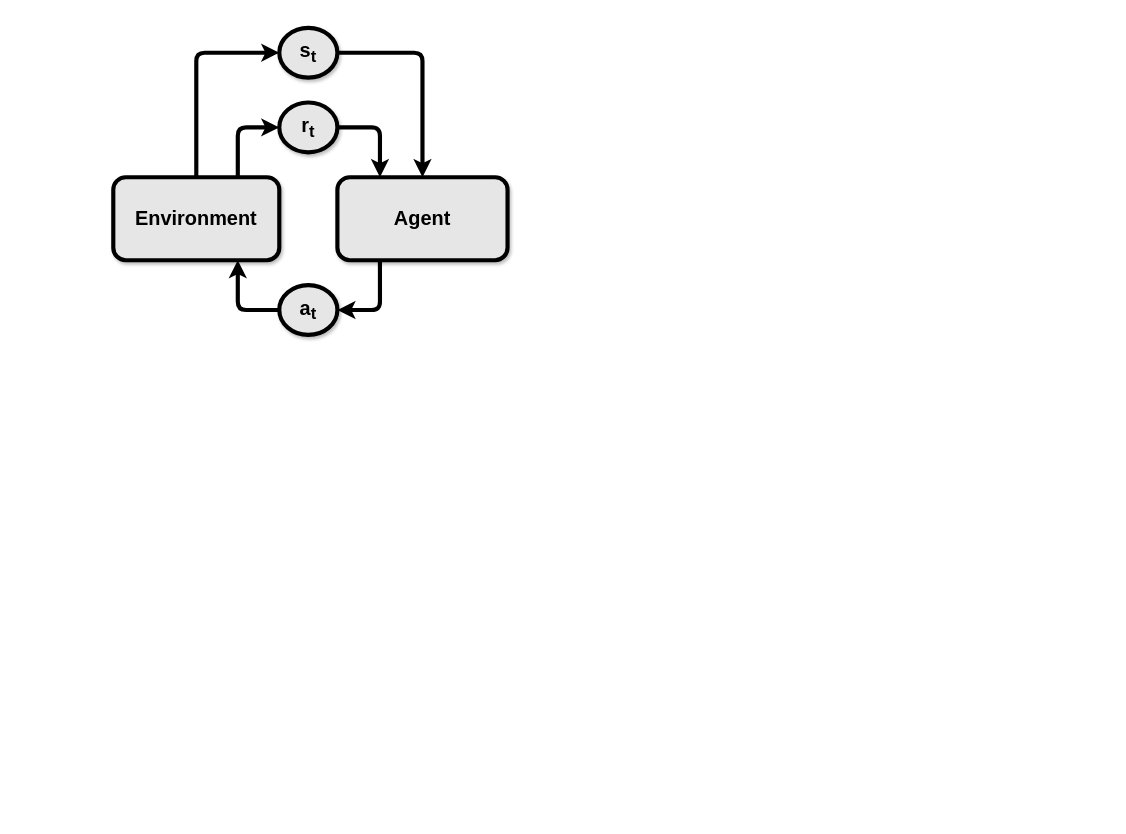
This is Allocation.dio from nathanmargaglio/Allocation-Environment, a draw.io file, before an edit. Source tidied: cells renumbered, new cells numbered last; positions are measured from the earlier drawing's top-left corner, leaving out a move shared by most shapes. Both pictures are drawn from the tidied source at 83%, with x=0, y=0 at pixel (113, 27).
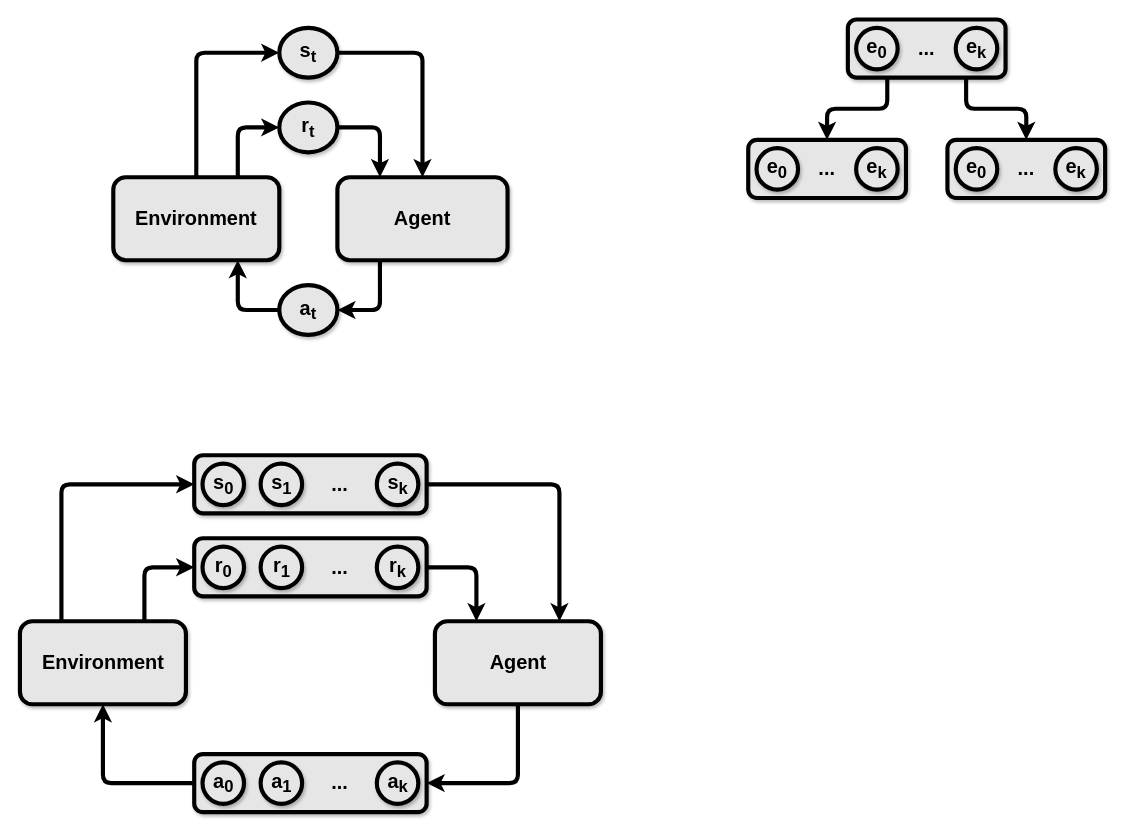
The same page after the edit.

Diff of the diagram source:
```diff
@@
+    <mxCell id="13" style="edgeStyle=orthogonalEdgeStyle;html=1;exitX=0.75;exitY=0;exitDx=0;exitDy=0;entryX=0;entryY=0.5;entryDx=0;entryDy=0;jettySize=auto;strokeWidth=5;rounded=1;" parent="1" edge="1" source="15" target="19">
+      <mxGeometry relative="1" as="geometry" />
+    </mxCell>
+    <mxCell id="14" style="edgeStyle=orthogonalEdgeStyle;rounded=1;html=1;exitX=0.25;exitY=0;exitDx=0;exitDy=0;entryX=0;entryY=0.5;entryDx=0;entryDy=0;jettySize=auto;strokeWidth=5;" parent="1" edge="1" source="15" target="26">
+      <mxGeometry relative="1" as="geometry" />
+    </mxCell>
+    <mxCell id="15" value="&lt;h1&gt;Environment&lt;/h1&gt;" style="rounded=1;whiteSpace=wrap;html=1;shadow=1;strokeWidth=5;fillColor=#E6E6E6;" parent="1" vertex="1">
+      <mxGeometry x="-112.5" y="715" width="200" height="100" as="geometry" />
+    </mxCell>
+    <mxCell id="16" style="edgeStyle=orthogonalEdgeStyle;rounded=1;html=1;exitX=0.5;exitY=1;exitDx=0;exitDy=0;entryX=1;entryY=0.5;entryDx=0;entryDy=0;jettySize=auto;strokeWidth=5;" parent="1" edge="1" source="17" target="33">
+      <mxGeometry relative="1" as="geometry" />
+    </mxCell>
+    <mxCell id="17" value="&lt;h1&gt;Agent&lt;/h1&gt;" style="rounded=1;whiteSpace=wrap;html=1;shadow=1;strokeWidth=5;fillColor=#E6E6E6;" parent="1" vertex="1">
+      <mxGeometry x="387.5" y="715" width="200" height="100" as="geometry" />
+    </mxCell>
+    <mxCell id="18" style="group;" parent="1" vertex="1">
+      <mxGeometry x="97.5" y="615" width="280" height="70" as="geometry" />
+    </mxCell>
+    <mxCell id="19" value="&lt;h1&gt;&lt;br&gt;&lt;/h1&gt;" style="rounded=1;whiteSpace=wrap;html=1;shadow=1;strokeWidth=5;fillColor=#E6E6E6;" parent="18" vertex="1">
+      <mxGeometry width="280" height="70" as="geometry" />
+    </mxCell>
+    <mxCell id="20" value="&lt;h1&gt;r&lt;sub&gt;0&lt;/sub&gt;&lt;/h1&gt;" style="ellipse;whiteSpace=wrap;html=1;strokeWidth=5;fillColor=#E6E6E6;fontFamily=Helvetica;shadow=1;" parent="18" vertex="1">
+      <mxGeometry x="10" y="10" width="50" height="50" as="geometry" />
+    </mxCell>
+    <mxCell id="21" value="&lt;h1&gt;r&lt;sub&gt;1&lt;/sub&gt;&lt;/h1&gt;" style="ellipse;whiteSpace=wrap;html=1;strokeWidth=5;fillColor=#E6E6E6;fontFamily=Helvetica;shadow=1;" parent="18" vertex="1">
+      <mxGeometry x="80" y="10" width="50" height="50" as="geometry" />
+    </mxCell>
+    <mxCell id="22" value="&lt;h1&gt;r&lt;sub&gt;k&lt;/sub&gt;&lt;/h1&gt;" style="ellipse;whiteSpace=wrap;html=1;strokeWidth=5;fillColor=#E6E6E6;fontFamily=Helvetica;shadow=1;" parent="18" vertex="1">
+      <mxGeometry x="220" y="10" width="50" height="50" as="geometry" />
+    </mxCell>
+    <mxCell id="23" value="&lt;h1&gt;...&lt;/h1&gt;" style="ellipse;whiteSpace=wrap;html=1;strokeWidth=5;fillColor=#E6E6E6;fontFamily=Helvetica;shadow=0;dashed=1;strokeColor=none;" parent="18" vertex="1">
+      <mxGeometry x="150" y="10" width="50" height="50" as="geometry" />
+    </mxCell>
+    <mxCell id="24" style="edgeStyle=orthogonalEdgeStyle;rounded=1;html=1;exitX=1;exitY=0.5;exitDx=0;exitDy=0;entryX=0.25;entryY=0;entryDx=0;entryDy=0;jettySize=auto;strokeWidth=5;" parent="1" edge="1" source="19" target="17">
+      <mxGeometry relative="1" as="geometry" />
+    </mxCell>
+    <mxCell id="25" style="group;" parent="1" vertex="1">
+      <mxGeometry x="97.5" y="515" width="280" height="70" as="geometry" />
+    </mxCell>
+    <mxCell id="26" value="&lt;h1&gt;&lt;br&gt;&lt;/h1&gt;" style="rounded=1;whiteSpace=wrap;html=1;shadow=1;strokeWidth=5;fillColor=#E6E6E6;" parent="25" vertex="1">
+      <mxGeometry width="280" height="70" as="geometry" />
+    </mxCell>
+    <mxCell id="27" value="&lt;h1&gt;s&lt;sub&gt;0&lt;/sub&gt;&lt;/h1&gt;" style="ellipse;whiteSpace=wrap;html=1;strokeWidth=5;fillColor=#E6E6E6;fontFamily=Helvetica;shadow=1;" parent="25" vertex="1">
+      <mxGeometry x="10" y="10" width="50" height="50" as="geometry" />
+    </mxCell>
+    <mxCell id="28" value="&lt;h1&gt;s&lt;sub&gt;1&lt;/sub&gt;&lt;/h1&gt;" style="ellipse;whiteSpace=wrap;html=1;strokeWidth=5;fillColor=#E6E6E6;fontFamily=Helvetica;shadow=1;" parent="25" vertex="1">
+      <mxGeometry x="80" y="10" width="50" height="50" as="geometry" />
+    </mxCell>
+    <mxCell id="29" value="&lt;h1&gt;s&lt;sub&gt;k&lt;/sub&gt;&lt;/h1&gt;" style="ellipse;whiteSpace=wrap;html=1;strokeWidth=5;fillColor=#E6E6E6;fontFamily=Helvetica;shadow=1;" parent="25" vertex="1">
+      <mxGeometry x="220" y="10" width="50" height="50" as="geometry" />
+    </mxCell>
+    <mxCell id="30" value="&lt;h1&gt;...&lt;/h1&gt;" style="ellipse;whiteSpace=wrap;html=1;strokeWidth=5;fillColor=#E6E6E6;fontFamily=Helvetica;shadow=0;dashed=1;strokeColor=none;" parent="25" vertex="1">
+      <mxGeometry x="150" y="10" width="50" height="50" as="geometry" />
+    </mxCell>
+    <mxCell id="31" style="edgeStyle=orthogonalEdgeStyle;rounded=1;html=1;exitX=1;exitY=0.5;exitDx=0;exitDy=0;entryX=0.75;entryY=0;entryDx=0;entryDy=0;jettySize=auto;strokeWidth=5;" parent="1" edge="1" source="26" target="17">
+      <mxGeometry relative="1" as="geometry" />
+    </mxCell>
+    <mxCell id="32" style="group;" parent="1" vertex="1">
+      <mxGeometry x="97.5" y="875" width="280" height="70" as="geometry" />
+    </mxCell>
+    <mxCell id="33" value="&lt;h1&gt;&lt;br&gt;&lt;/h1&gt;" style="rounded=1;whiteSpace=wrap;html=1;shadow=1;strokeWidth=5;fillColor=#E6E6E6;" parent="32" vertex="1">
+      <mxGeometry width="280" height="70" as="geometry" />
+    </mxCell>
+    <mxCell id="34" value="&lt;h1&gt;a&lt;sub&gt;0&lt;/sub&gt;&lt;/h1&gt;" style="ellipse;whiteSpace=wrap;html=1;strokeWidth=5;fillColor=#E6E6E6;fontFamily=Helvetica;shadow=1;" parent="32" vertex="1">
+      <mxGeometry x="10" y="10" width="50" height="50" as="geometry" />
+    </mxCell>
+    <mxCell id="35" value="&lt;h1&gt;a&lt;sub&gt;1&lt;/sub&gt;&lt;/h1&gt;" style="ellipse;whiteSpace=wrap;html=1;strokeWidth=5;fillColor=#E6E6E6;fontFamily=Helvetica;shadow=1;" parent="32" vertex="1">
+      <mxGeometry x="80" y="10" width="50" height="50" as="geometry" />
+    </mxCell>
+    <mxCell id="36" value="&lt;h1&gt;a&lt;sub&gt;k&lt;/sub&gt;&lt;/h1&gt;" style="ellipse;whiteSpace=wrap;html=1;strokeWidth=5;fillColor=#E6E6E6;fontFamily=Helvetica;shadow=1;" parent="32" vertex="1">
+      <mxGeometry x="220" y="10" width="50" height="50" as="geometry" />
+    </mxCell>
+    <mxCell id="37" value="&lt;h1&gt;...&lt;/h1&gt;" style="ellipse;whiteSpace=wrap;html=1;strokeWidth=5;fillColor=#E6E6E6;fontFamily=Helvetica;shadow=0;dashed=1;strokeColor=none;" parent="32" vertex="1">
+      <mxGeometry x="150" y="10" width="50" height="50" as="geometry" />
+    </mxCell>
+    <mxCell id="38" style="edgeStyle=orthogonalEdgeStyle;rounded=1;html=1;exitX=0;exitY=0.5;exitDx=0;exitDy=0;entryX=0.5;entryY=1;entryDx=0;entryDy=0;jettySize=auto;strokeWidth=5;" parent="1" edge="1" source="33" target="15">
+      <mxGeometry relative="1" as="geometry" />
+    </mxCell>
+    <mxCell id="39" style="group;" parent="1" vertex="1">
+      <mxGeometry x="885" y="-10" width="190" height="70" as="geometry" />
+    </mxCell>
+    <mxCell id="40" value="&lt;h1&gt;&lt;br&gt;&lt;/h1&gt;" style="rounded=1;whiteSpace=wrap;html=1;shadow=1;strokeWidth=5;fillColor=#E6E6E6;" parent="39" vertex="1">
+      <mxGeometry width="190" height="70" as="geometry" />
+    </mxCell>
+    <mxCell id="41" value="&lt;h1&gt;e&lt;sub&gt;0&lt;/sub&gt;&lt;/h1&gt;" style="ellipse;whiteSpace=wrap;html=1;strokeWidth=5;fillColor=#E6E6E6;fontFamily=Helvetica;shadow=1;" parent="39" vertex="1">
+      <mxGeometry x="10" y="10" width="50" height="50" as="geometry" />
+    </mxCell>
+    <mxCell id="42" value="&lt;h1&gt;e&lt;sub&gt;k&lt;/sub&gt;&lt;/h1&gt;" style="ellipse;whiteSpace=wrap;html=1;strokeWidth=5;fillColor=#E6E6E6;fontFamily=Helvetica;shadow=1;" parent="39" vertex="1">
+      <mxGeometry x="130" y="10" width="50" height="50" as="geometry" />
+    </mxCell>
+    <mxCell id="43" value="&lt;h1&gt;...&lt;/h1&gt;" style="ellipse;whiteSpace=wrap;html=1;strokeWidth=5;fillColor=#E6E6E6;fontFamily=Helvetica;shadow=0;dashed=1;strokeColor=none;" parent="39" vertex="1">
+      <mxGeometry x="70" y="10" width="50" height="50" as="geometry" />
+    </mxCell>
+    <mxCell id="44" style="group;" parent="1" vertex="1">
+      <mxGeometry x="765" y="135" width="190" height="70" as="geometry" />
+    </mxCell>
+    <mxCell id="45" value="&lt;h1&gt;&lt;br&gt;&lt;/h1&gt;" style="rounded=1;whiteSpace=wrap;html=1;shadow=1;strokeWidth=5;fillColor=#E6E6E6;" parent="44" vertex="1">
+      <mxGeometry width="190" height="70" as="geometry" />
+    </mxCell>
+    <mxCell id="46" value="&lt;h1&gt;e&lt;sub&gt;0&lt;/sub&gt;&lt;/h1&gt;" style="ellipse;whiteSpace=wrap;html=1;strokeWidth=5;fillColor=#E6E6E6;fontFamily=Helvetica;shadow=1;" parent="44" vertex="1">
+      <mxGeometry x="10" y="10" width="50" height="50" as="geometry" />
+    </mxCell>
+    <mxCell id="47" value="&lt;h1&gt;e&lt;sub&gt;k&lt;/sub&gt;&lt;/h1&gt;" style="ellipse;whiteSpace=wrap;html=1;strokeWidth=5;fillColor=#E6E6E6;fontFamily=Helvetica;shadow=1;" parent="44" vertex="1">
+      <mxGeometry x="130" y="10" width="50" height="50" as="geometry" />
+    </mxCell>
+    <mxCell id="48" value="&lt;h1&gt;...&lt;/h1&gt;" style="ellipse;whiteSpace=wrap;html=1;strokeWidth=5;fillColor=#E6E6E6;fontFamily=Helvetica;shadow=0;dashed=1;strokeColor=none;" parent="44" vertex="1">
+      <mxGeometry x="70" y="10" width="50" height="50" as="geometry" />
+    </mxCell>
+    <mxCell id="49" style="group;" parent="1" vertex="1">
+      <mxGeometry x="1005" y="135" width="190" height="70" as="geometry" />
+    </mxCell>
+    <mxCell id="50" value="&lt;h1&gt;&lt;br&gt;&lt;/h1&gt;" style="rounded=1;whiteSpace=wrap;html=1;shadow=1;strokeWidth=5;fillColor=#E6E6E6;" parent="49" vertex="1">
+      <mxGeometry width="190" height="70" as="geometry" />
+    </mxCell>
+    <mxCell id="51" value="&lt;h1&gt;e&lt;sub&gt;0&lt;/sub&gt;&lt;/h1&gt;" style="ellipse;whiteSpace=wrap;html=1;strokeWidth=5;fillColor=#E6E6E6;fontFamily=Helvetica;shadow=1;" parent="49" vertex="1">
+      <mxGeometry x="10" y="10" width="50" height="50" as="geometry" />
+    </mxCell>
+    <mxCell id="52" value="&lt;h1&gt;e&lt;sub&gt;k&lt;/sub&gt;&lt;/h1&gt;" style="ellipse;whiteSpace=wrap;html=1;strokeWidth=5;fillColor=#E6E6E6;fontFamily=Helvetica;shadow=1;" parent="49" vertex="1">
+      <mxGeometry x="130" y="10" width="50" height="50" as="geometry" />
+    </mxCell>
+    <mxCell id="53" value="&lt;h1&gt;...&lt;/h1&gt;" style="ellipse;whiteSpace=wrap;html=1;strokeWidth=5;fillColor=#E6E6E6;fontFamily=Helvetica;shadow=0;dashed=1;strokeColor=none;" parent="49" vertex="1">
+      <mxGeometry x="70" y="10" width="50" height="50" as="geometry" />
+    </mxCell>
+    <mxCell id="54" style="edgeStyle=orthogonalEdgeStyle;rounded=1;html=1;exitX=0.25;exitY=1;exitDx=0;exitDy=0;entryX=0.5;entryY=0;entryDx=0;entryDy=0;jettySize=auto;strokeWidth=5;" parent="1" edge="1" source="40" target="45">
+      <mxGeometry relative="1" as="geometry" />
+    </mxCell>
+    <mxCell id="55" style="edgeStyle=orthogonalEdgeStyle;rounded=1;html=1;exitX=0.75;exitY=1;exitDx=0;exitDy=0;entryX=0.5;entryY=0;entryDx=0;entryDy=0;jettySize=auto;strokeWidth=5;" parent="1" edge="1" source="40" target="50">
+      <mxGeometry relative="1" as="geometry" />
+    </mxCell>
```
